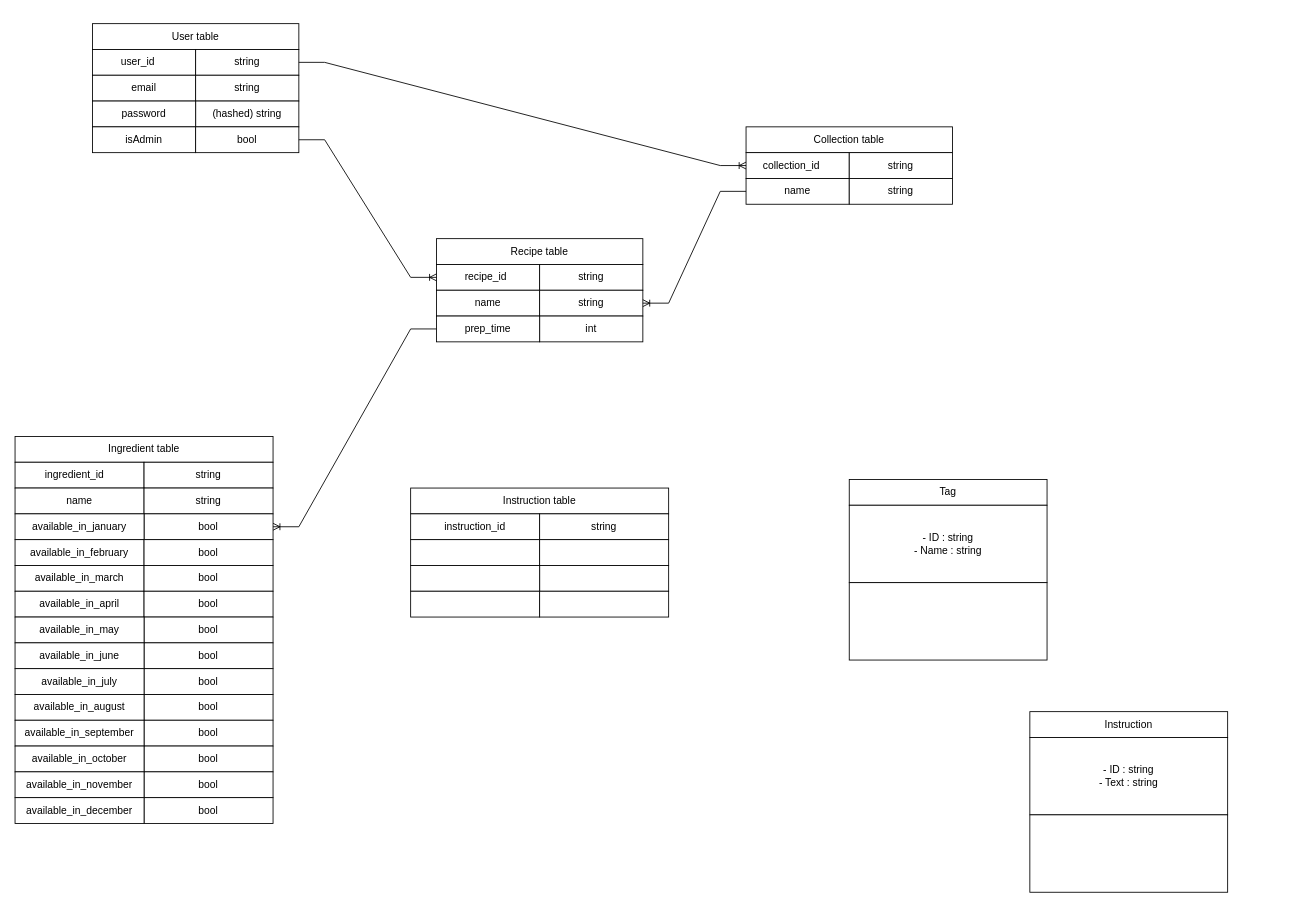
Above: part3/5_components_-_classes_-_database_design/ERDiagram.drawio in jmitchell35/holbertonschool-portfolio_project (draw.io), before the change. Source tidied: cells renumbered, new cells numbered last; positions are measured from the earlier drawing's top-left corner, leaving out a move shared by most shapes. Both pictures are drawn from the tidied source at 86%, with x=0, y=0 at pixel (15, 15).
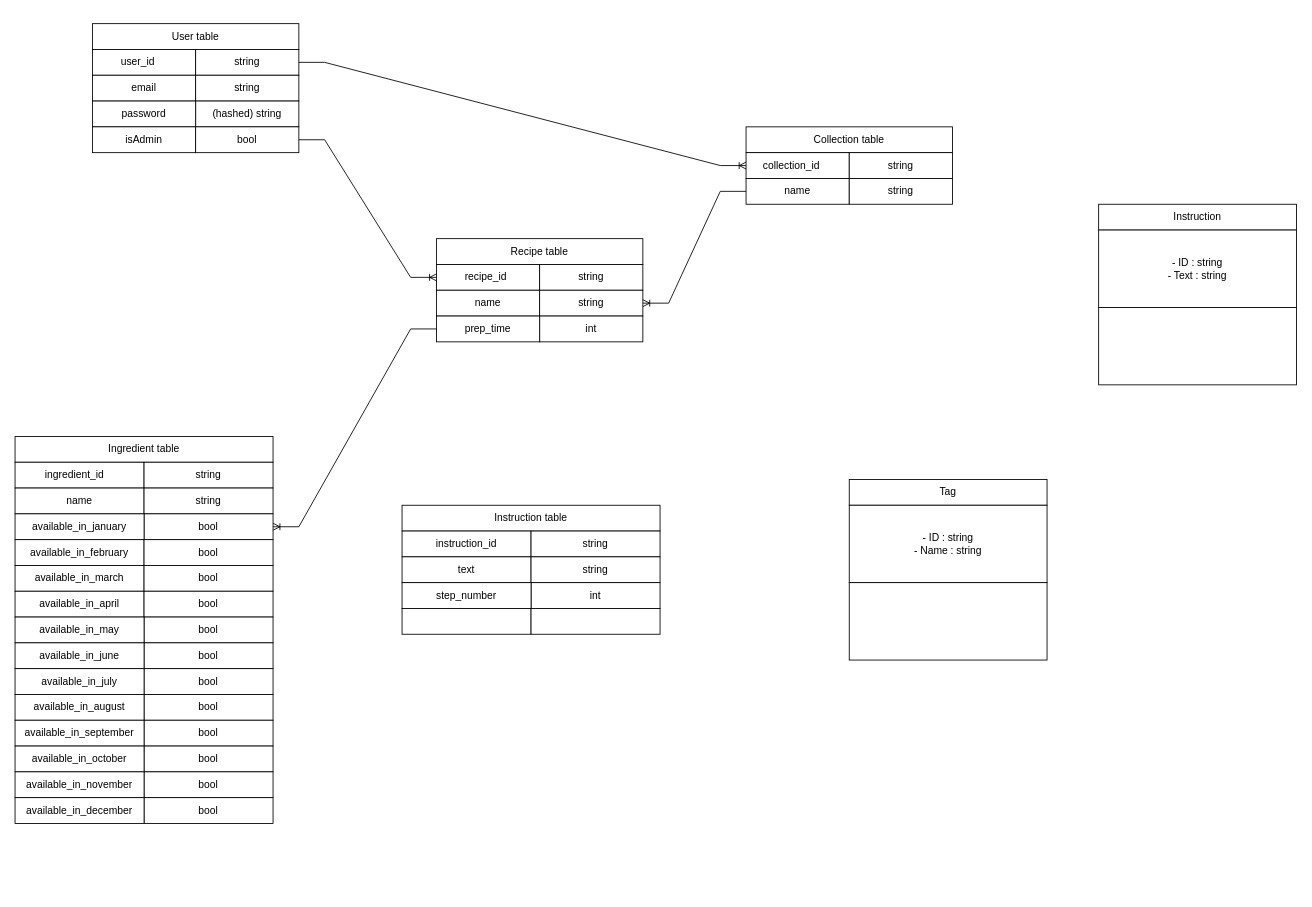
The same page after the edit.

What changed in the source:
```diff
@@
     <mxCell id="7" style="group;" parent="1" vertex="1">
-      <mxGeometry x="1180" y="810" width="230" height="210" as="geometry" />
+      <mxGeometry x="1260" y="220" width="230" height="210" as="geometry" />
     </mxCell>
@@
     <mxCell id="71" style="group;" parent="1" vertex="1">
-      <mxGeometry x="460" y="550" width="300" height="150" as="geometry" />
+      <mxGeometry x="450" y="570" width="300" height="150" as="geometry" />
     </mxCell>
@@
-    <mxCell id="75" style="rounded=0;whiteSpace=wrap;html=1;" parent="71" vertex="1">
+    <mxCell id="75" value="text" style="rounded=0;whiteSpace=wrap;html=1;" parent="71" vertex="1">
       <mxGeometry y="60" width="150" height="30" as="geometry" />
     </mxCell>
-    <mxCell id="76" style="rounded=0;whiteSpace=wrap;html=1;" parent="71" vertex="1">
+    <mxCell id="76" value="string" style="rounded=0;whiteSpace=wrap;html=1;" parent="71" vertex="1">
       <mxGeometry x="150" y="60" width="150" height="30" as="geometry" />
     </mxCell>
-    <mxCell id="77" style="rounded=0;whiteSpace=wrap;html=1;" parent="71" vertex="1">
+    <mxCell id="77" value="int" style="rounded=0;whiteSpace=wrap;html=1;" parent="71" vertex="1">
       <mxGeometry x="150" y="90" width="150" height="30" as="geometry" />
     </mxCell>
-    <mxCell id="78" style="rounded=0;whiteSpace=wrap;html=1;" parent="71" vertex="1">
+    <mxCell id="78" value="step_number" style="rounded=0;whiteSpace=wrap;html=1;" parent="71" vertex="1">
       <mxGeometry y="90" width="150" height="30" as="geometry" />
     </mxCell>
```
